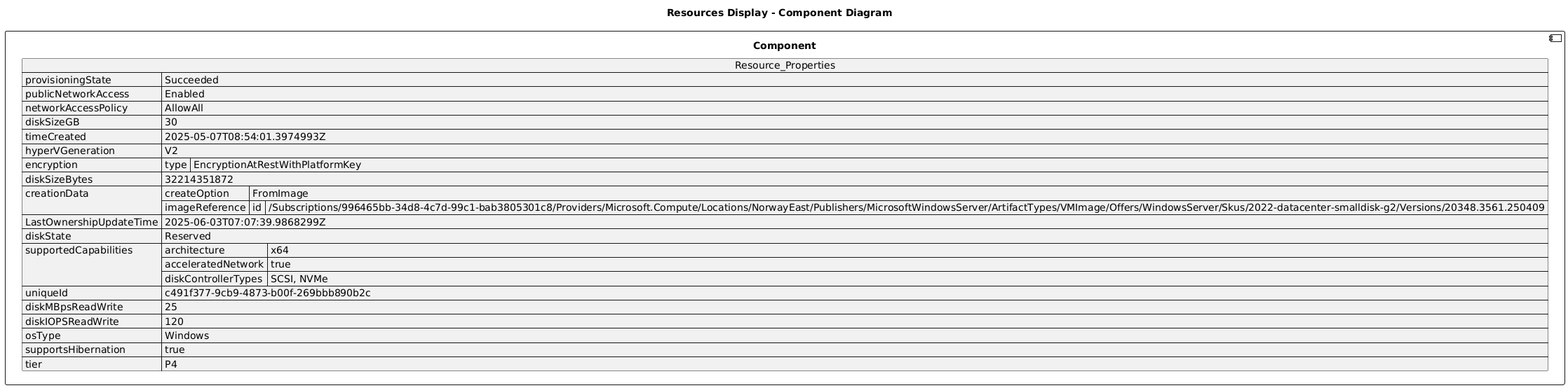
The PlantUML diagram diagrams/bjsScaleset1_bf585774_OsDisk_1_c491f3779cb94873b00f269bbb890b2c.png in DanielAmpong/Test-Azure-architecture-diagram, before a commit.
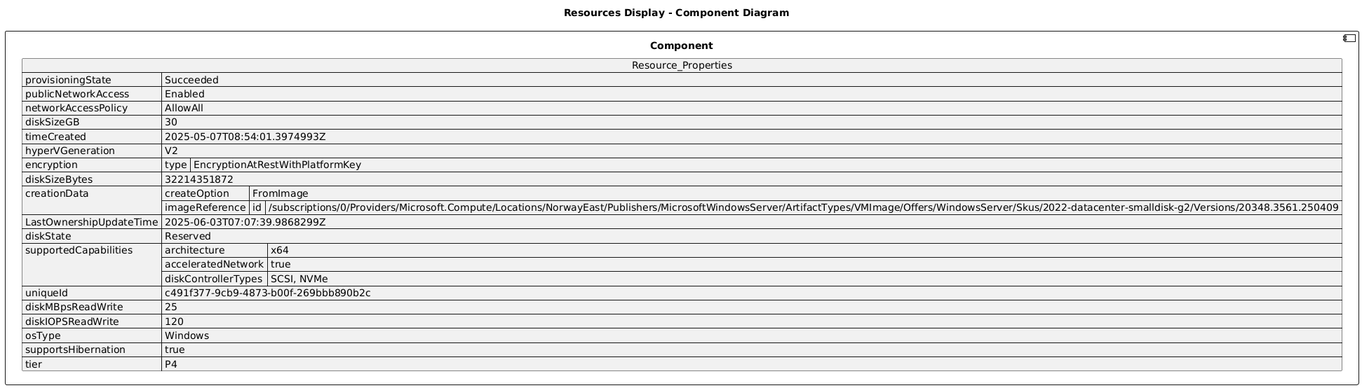
The same file after the commit.

The edit, as a diff of the source:
```diff
@@ -18,7 +18,7 @@
   "creationData": {
     "createOption": "FromImage",
     "imageReference": {
-      "id": "/Subscriptions/996465bb-34d8-4c7d-99c1-bab3805301c8/Providers/Microsoft.Compute/Locations/NorwayEast/Publishers/MicrosoftWindowsServer/ArtifactTypes/VMImage/Offers/WindowsServer/Skus/2022-datacenter-smalldisk-g2/Versions/20348.3561.250409"
+      "id": "/subscriptions/0/Providers/Microsoft.Compute/Locations/NorwayEast/Publishers/MicrosoftWindowsServer/ArtifactTypes/VMImage/Offers/WindowsServer/Skus/2022-datacenter-smalldisk-g2/Versions/20348.3561.250409"
     }
   },
   "LastOwnershipUpdateTime": "2025-06-03T07:07:39.9868299Z",
```
